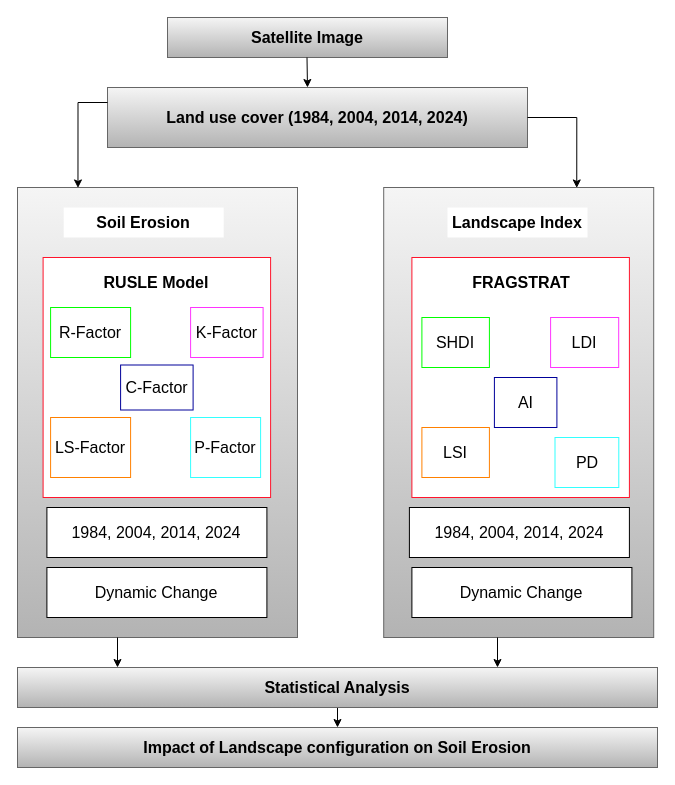
The draw.io diagram Chpt-6.drawio in yemioke/PRISMA2020, before the edit. Source tidied: cells renumbered, new cells numbered last; positions are measured from the earlier drawing's top-left corner, leaving out a move shared by most shapes. Both pictures are drawn from the tidied source at 100%, with x=0, y=0 at pixel (17, 17).
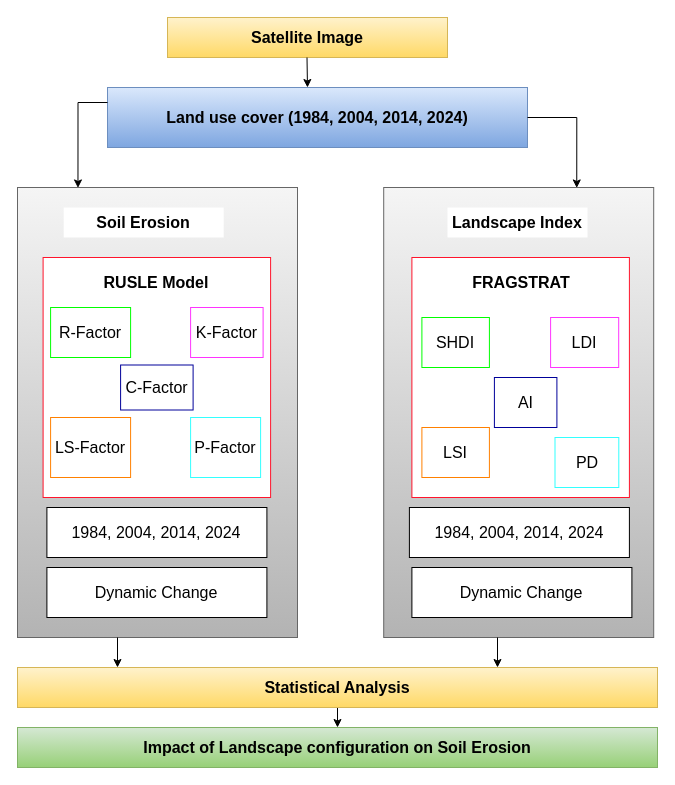
After the change.

The edit, as a diff of the source:
```diff
@@
-    <mxCell id="2" value="&lt;font style=&quot;font-size: 16px;&quot;&gt;&lt;b&gt;Satellite Image&lt;/b&gt;&lt;/font&gt;" style="rounded=0;whiteSpace=wrap;html=1;fillColor=#f5f5f5;gradientColor=#b3b3b3;strokeColor=#666666;shadow=0;" parent="1" vertex="1">
+    <mxCell id="2" value="&lt;font style=&quot;font-size: 16px;&quot;&gt;&lt;b&gt;Satellite Image&lt;/b&gt;&lt;/font&gt;" style="rounded=0;whiteSpace=wrap;html=1;fillColor=#fff2cc;gradientColor=#ffd966;strokeColor=#d6b656;shadow=0;" parent="1" vertex="1">
       <mxGeometry x="150" width="280" height="40" as="geometry" />
     </mxCell>
-    <mxCell id="3" value="&lt;b style=&quot;font-size: 16px;&quot;&gt;Land use cover (1984, 2004, 2014, 2024)&lt;/b&gt;" style="rounded=0;whiteSpace=wrap;html=1;fillColor=#f5f5f5;gradientColor=#b3b3b3;strokeColor=#666666;shadow=0;" parent="1" vertex="1">
+    <mxCell id="3" value="&lt;b style=&quot;font-size: 16px;&quot;&gt;Land use cover (1984, 2004, 2014, 2024)&lt;/b&gt;" style="rounded=0;whiteSpace=wrap;html=1;fillColor=#dae8fc;gradientColor=#7ea6e0;strokeColor=#6c8ebf;shadow=0;" parent="1" vertex="1">
       <mxGeometry x="90" y="70" width="420" height="60" as="geometry" />
     </mxCell>
@@
-    <mxCell id="30" value="&lt;span style=&quot;font-size: 16px;&quot;&gt;&lt;b&gt;Statistical Analysis&lt;/b&gt;&lt;/span&gt;" style="rounded=0;whiteSpace=wrap;html=1;fillColor=#f5f5f5;gradientColor=#b3b3b3;strokeColor=#666666;" parent="1" vertex="1">
+    <mxCell id="30" value="&lt;span style=&quot;font-size: 16px;&quot;&gt;&lt;b&gt;Statistical Analysis&lt;/b&gt;&lt;/span&gt;" style="rounded=0;whiteSpace=wrap;html=1;fillColor=#fff2cc;gradientColor=#ffd966;strokeColor=#d6b656;" parent="1" vertex="1">
       <mxGeometry y="650" width="640" height="40" as="geometry" />
     </mxCell>
-    <mxCell id="31" value="&lt;span style=&quot;font-size: 16px;&quot;&gt;&lt;b&gt;Impact of Landscape configuration on Soil Erosion&lt;/b&gt;&lt;/span&gt;" style="rounded=0;whiteSpace=wrap;html=1;fillColor=#f5f5f5;gradientColor=#b3b3b3;strokeColor=#666666;" parent="1" vertex="1">
+    <mxCell id="31" value="&lt;span style=&quot;font-size: 16px;&quot;&gt;&lt;b&gt;Impact of Landscape configuration on Soil Erosion&lt;/b&gt;&lt;/span&gt;" style="rounded=0;whiteSpace=wrap;html=1;fillColor=#d5e8d4;gradientColor=#97d077;strokeColor=#82b366;" parent="1" vertex="1">
       <mxGeometry y="710" width="640" height="40" as="geometry" />
     </mxCell>
```
